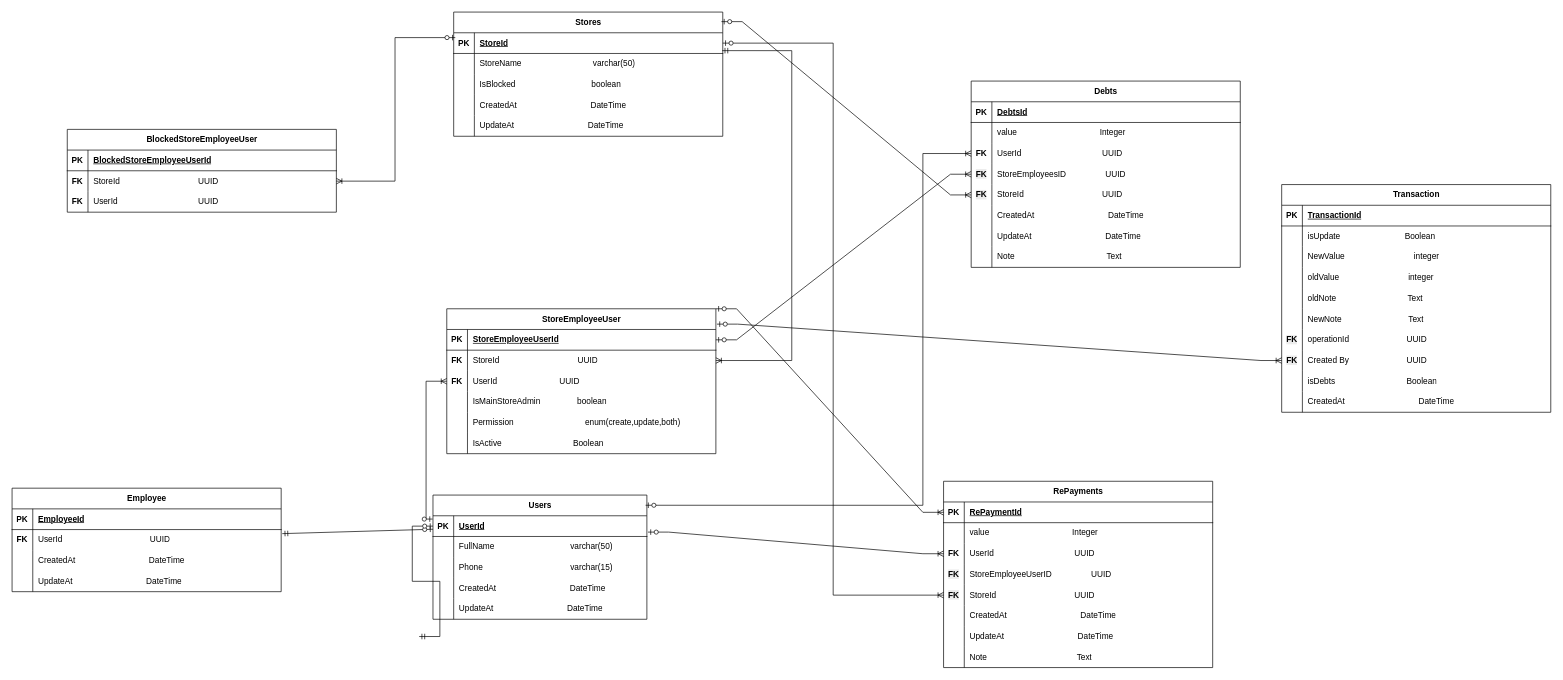
Above: erd.drawio in Abdullah2100/debt-managment (draw.io), before the change. Source tidied: cells renumbered, new cells numbered last; positions are measured from the earlier drawing's top-left corner, leaving out a move shared by most shapes. Both pictures are drawn from the tidied source at 69%, with x=0, y=0 at pixel (12, 12).
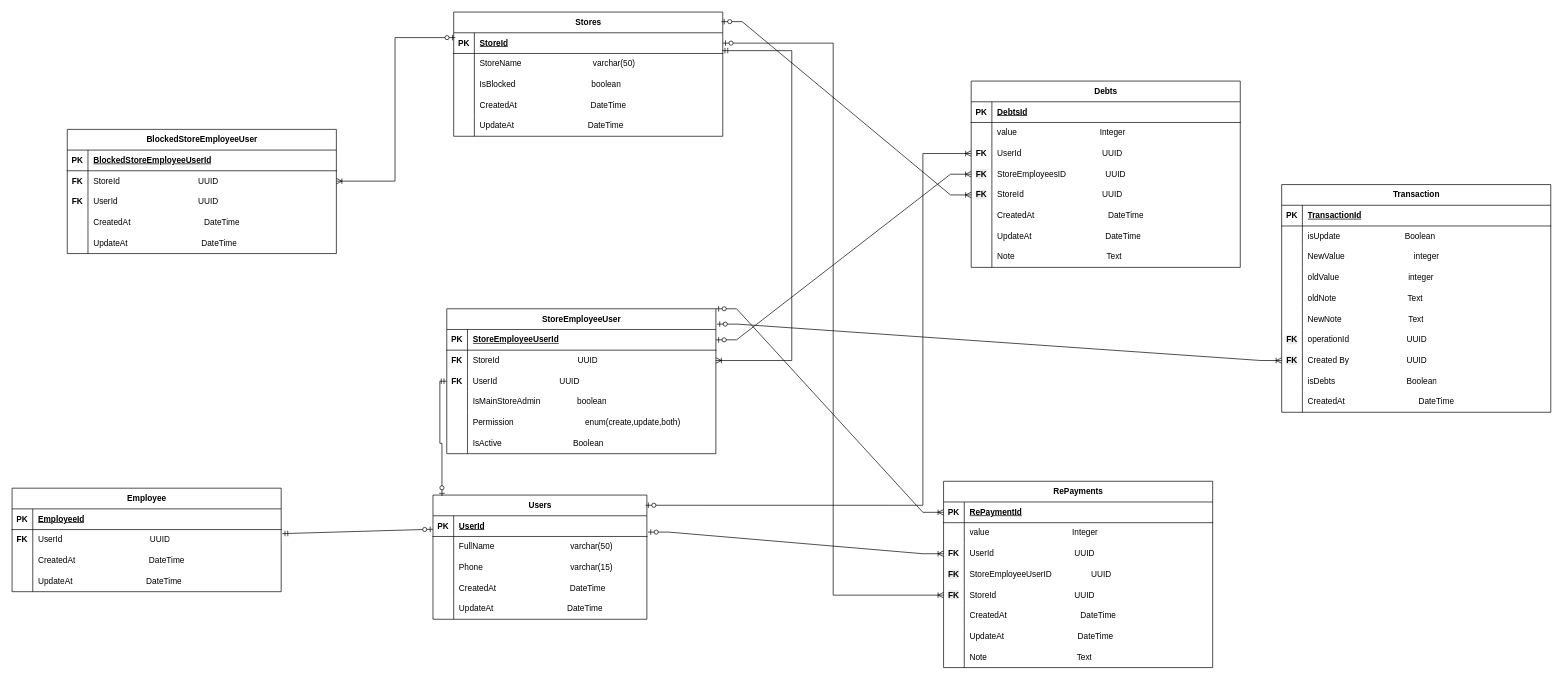
Above is the later version.

Unchanged cells that the change refers to:
```xml
<mxCell id="2" value="Users" style="shape=table;startSize=30;childLayout=tableLayout;rowLines=0;fontStyle=1;align=center;html=1;" parent="1" vertex="1">
  <mxGeometry x="610" y="700" width="310" height="180" as="geometry" />
</mxCell>
<mxCell id="3" style="shape=tableRow;horizontal=0;startSize=0;swimlaneHead=0;swimlaneBody=0;fillColor=none;points=[[0,0.5],[1,0.5]];portConstraint=eastwest;top=0;left=0;right=0;bottom=1;" parent="2" vertex="1">
  <mxGeometry y="30" width="310" height="30" as="geometry" />
</mxCell>
<mxCell id="38" style="shape=tableRow;horizontal=0;startSize=0;swimlaneHead=0;swimlaneBody=0;fillColor=none;points=[[0,0.5],[1,0.5]];portConstraint=eastwest;top=0;left=0;right=0;bottom=0;" parent="31" vertex="1">
  <mxGeometry y="90" width="390" height="30" as="geometry" />
</mxCell>
```

The edit, as a diff of the source:
```diff
@@
-    <mxCell id="67" style="edgeStyle=entityRelationEdgeStyle;fontSize=12;html=1;endArrow=ERzeroToOne;startArrow=ERmandOne;rounded=0;" parent="1" edge="1" target="3">
-      <mxGeometry relative="1" as="geometry">
-        <mxPoint x="590" y="905" as="sourcePoint" />
-      </mxGeometry>
-    </mxCell>
-    <mxCell id="68" style="edgeStyle=orthogonalEdgeStyle;fontSize=12;html=1;endArrow=ERoneToMany;startArrow=ERzeroToOne;rounded=0;exitX=-0.002;exitY=0.159;exitDx=0;exitDy=0;exitPerimeter=0;" parent="1" edge="1" source="3" target="38">
-      <mxGeometry relative="1" as="geometry" />
-    </mxCell>
     <mxCell id="69" value="BlockedStoreEmployeeUser" style="shape=table;startSize=30;childLayout=tableLayout;rowLines=0;fontStyle=1;align=center;html=1;" parent="1" vertex="1">
-      <mxGeometry x="80" y="170" width="390" height="120" as="geometry" />
+      <mxGeometry x="80" y="170" width="390" height="180" as="geometry" />
     </mxCell>
@@
+    <mxCell id="169" style="shape=tableRow;horizontal=0;startSize=0;swimlaneHead=0;swimlaneBody=0;fillColor=none;top=0;left=0;right=0;bottom=0;" parent="69" vertex="1">
+      <mxGeometry y="120" width="390" height="30" as="geometry" />
+    </mxCell>
+    <mxCell id="170" style="shape=partialRectangle;fillColor=none;top=0;left=0;bottom=0;right=0;overflow=hidden;whiteSpace=wrap;html=1;" parent="169" vertex="1">
+      <mxGeometry width="30" height="30" as="geometry" />
+    </mxCell>
+    <mxCell id="171" value="CreatedAt&amp;nbsp; &amp;nbsp; &amp;nbsp; &amp;nbsp; &amp;nbsp; &amp;nbsp; &amp;nbsp; &amp;nbsp; &amp;nbsp; &amp;nbsp; &amp;nbsp; &amp;nbsp; &amp;nbsp; &amp;nbsp; &amp;nbsp; &amp;nbsp; DateTime" style="shape=partialRectangle;fillColor=none;top=0;left=0;bottom=0;right=0;align=left;spacingLeft=6;overflow=hidden;whiteSpace=wrap;html=1;" parent="169" vertex="1">
+      <mxGeometry x="30" width="360" height="30" as="geometry" />
+    </mxCell>
+    <mxCell id="172" style="shape=tableRow;horizontal=0;startSize=0;swimlaneHead=0;swimlaneBody=0;fillColor=none;top=0;left=0;right=0;bottom=0;" parent="69" vertex="1">
+      <mxGeometry y="150" width="390" height="30" as="geometry" />
+    </mxCell>
+    <mxCell id="173" style="shape=partialRectangle;fillColor=none;top=0;left=0;bottom=0;right=0;overflow=hidden;whiteSpace=wrap;html=1;" parent="172" vertex="1">
+      <mxGeometry width="30" height="30" as="geometry" />
+    </mxCell>
+    <mxCell id="174" value="UpdateAt&amp;nbsp; &amp;nbsp; &amp;nbsp; &amp;nbsp; &amp;nbsp; &amp;nbsp; &amp;nbsp; &amp;nbsp; &amp;nbsp; &amp;nbsp; &amp;nbsp; &amp;nbsp; &amp;nbsp; &amp;nbsp; &amp;nbsp; &amp;nbsp; DateTime" style="shape=partialRectangle;fillColor=none;top=0;left=0;bottom=0;right=0;align=left;spacingLeft=6;overflow=hidden;whiteSpace=wrap;html=1;" parent="172" vertex="1">
+      <mxGeometry x="30" width="360" height="30" as="geometry" />
+    </mxCell>
@@
+    <mxCell id="175" style="edgeStyle=orthogonalEdgeStyle;fontSize=12;html=1;endArrow=ERzeroToOne;startArrow=ERmandOne;rounded=0;entryX=0.042;entryY=0.008;entryDx=0;entryDy=0;entryPerimeter=0;" parent="1" edge="1" source="38" target="2">
+      <mxGeometry relative="1" as="geometry" />
+    </mxCell>
```
